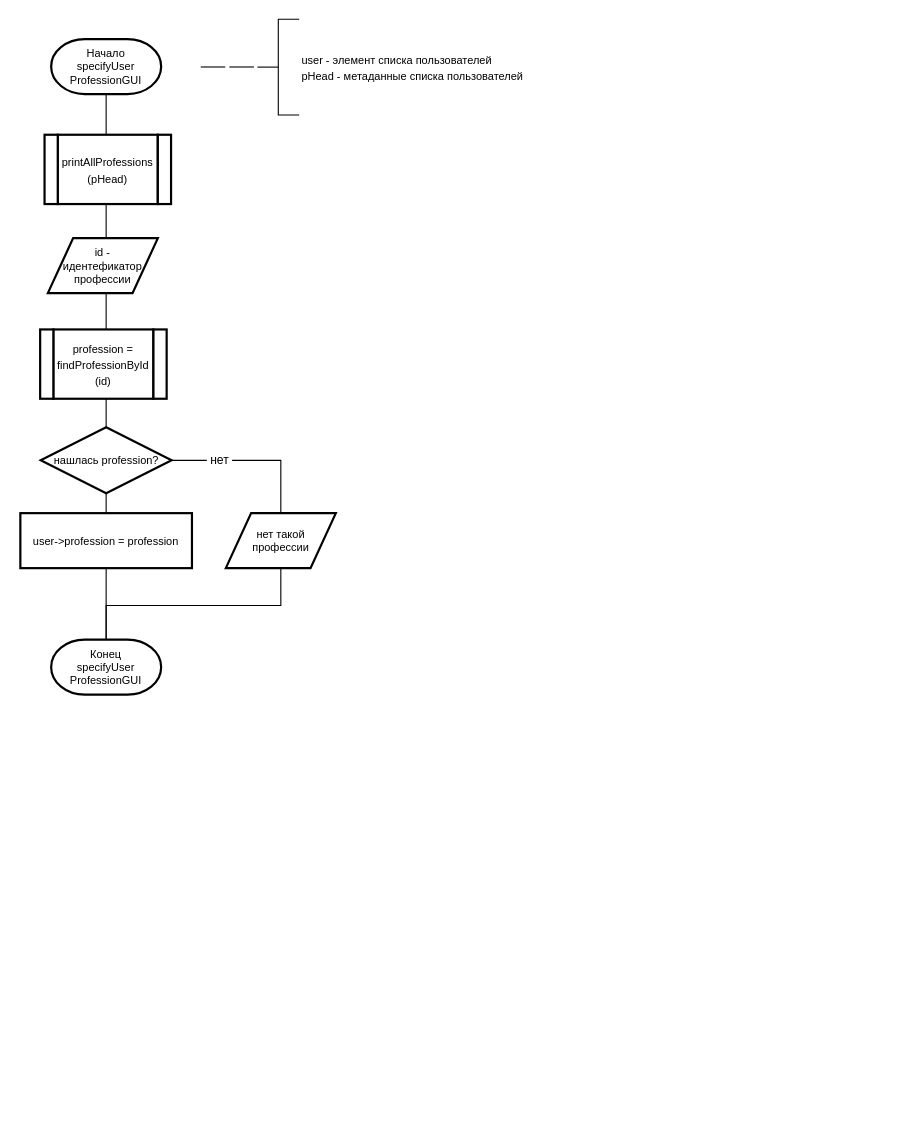
Earlier version of the draw.io diagram page "specify2" (10 of 29) of course_work_2/3311sharpinskiy-course_work.drawio (Pyc-Nya/leti-programming-1-course). Source tidied: cells renumbered, new cells numbered last; positions are measured from the earlier drawing's top-left corner, leaving out a move shared by most shapes. Both pictures are drawn from the tidied source at 110%, with x=0, y=0 at pixel (20, 19).
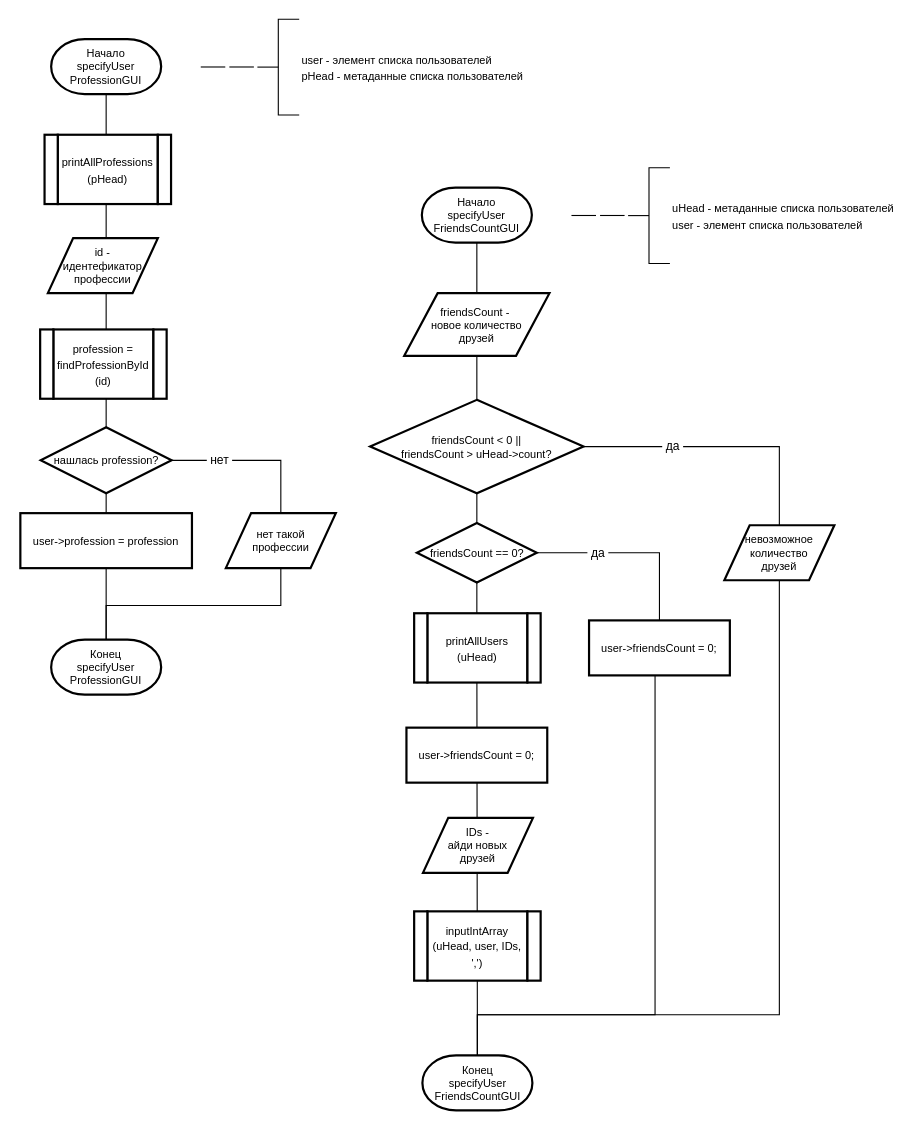
Above is the later version.

Change to the diagram source:
```diff
@@
+    <mxCell id="23" style="edgeStyle=orthogonalEdgeStyle;rounded=0;jettySize=auto;html=1;entryX=0.5;entryY=0;entryDx=0;entryDy=0;entryPerimeter=0;endArrow=none;endFill=0;" parent="1" edge="1" source="24" target="25">
+      <mxGeometry relative="1" as="geometry" />
+    </mxCell>
+    <mxCell id="24" value="Начало&lt;br&gt;specifyUser&lt;br&gt;FriendsCountGUI" style="strokeWidth=2;html=1;shape=mxgraph.flowchart.terminator;whiteSpace=wrap;fontSize=10;" parent="1" vertex="1">
+      <mxGeometry x="365" y="153" width="100" height="50" as="geometry" />
+    </mxCell>
+    <mxCell id="25" value="Конец&lt;br&gt;specifyUser&lt;br style=&quot;border-color: var(--border-color);&quot;&gt;FriendsCountGUI" style="strokeWidth=2;html=1;shape=mxgraph.flowchart.terminator;whiteSpace=wrap;fontSize=10;" parent="1" vertex="1">
+      <mxGeometry x="365.5" y="942" width="100" height="50" as="geometry" />
+    </mxCell>
+    <mxCell id="26" style="edgeStyle=orthogonalEdgeStyle;rounded=0;orthogonalLoop=1;jettySize=auto;html=1;endArrow=none;endFill=0;" parent="1" edge="1">
+      <mxGeometry relative="1" as="geometry">
+        <mxPoint x="501" y="178.4" as="sourcePoint" />
+        <mxPoint x="523.3" y="178.6" as="targetPoint" />
+      </mxGeometry>
+    </mxCell>
+    <mxCell id="27" value="&lt;font style=&quot;font-size: 10px;&quot;&gt;uHead - метаданные списка пользователей&lt;br&gt;user - элемент списка пользователей&lt;br&gt;&lt;/font&gt;" style="strokeWidth=1;html=1;shape=mxgraph.flowchart.annotation_2;align=left;labelPosition=right;" parent="1" vertex="1">
+      <mxGeometry x="552.5" y="135" width="38" height="87" as="geometry" />
+    </mxCell>
+    <mxCell id="28" style="edgeStyle=orthogonalEdgeStyle;rounded=0;orthogonalLoop=1;jettySize=auto;html=1;endArrow=none;endFill=0;" parent="1" edge="1">
+      <mxGeometry relative="1" as="geometry">
+        <mxPoint x="527" y="178.4" as="sourcePoint" />
+        <mxPoint x="549.3" y="178.6" as="targetPoint" />
+      </mxGeometry>
+    </mxCell>
+    <mxCell id="29" value="friendsCount -&amp;nbsp;&lt;br&gt;новое количество&lt;br&gt;друзей" style="shape=parallelogram;html=1;strokeWidth=2;perimeter=parallelogramPerimeter;whiteSpace=wrap;rounded=0;arcSize=12;size=0.23;fontSize=10;" parent="1" vertex="1">
+      <mxGeometry x="349" y="249" width="132" height="57" as="geometry" />
+    </mxCell>
+    <mxCell id="30" style="edgeStyle=orthogonalEdgeStyle;rounded=0;jettySize=auto;html=1;entryX=0.5;entryY=0;entryDx=0;entryDy=0;endArrow=none;endFill=0;" parent="1" edge="1" source="32" target="33">
+      <mxGeometry relative="1" as="geometry" />
+    </mxCell>
+    <mxCell id="31" value="&amp;nbsp;да&amp;nbsp;" style="edgeLabel;html=1;align=center;verticalAlign=middle;" parent="30" vertex="1">
+      <mxGeometry x="-0.36" y="1" relative="1" as="geometry" />
+    </mxCell>
+    <mxCell id="32" value="friendsCount &amp;lt; 0 || &lt;br&gt;friendsCount &amp;gt; uHead-&amp;gt;count?" style="strokeWidth=2;html=1;shape=mxgraph.flowchart.decision;whiteSpace=wrap;fontSize=10;" parent="1" vertex="1">
+      <mxGeometry x="318" y="346" width="194" height="85" as="geometry" />
+    </mxCell>
+    <mxCell id="33" value="невозможное&lt;br&gt;количество&lt;br&gt;друзей" style="shape=parallelogram;html=1;strokeWidth=2;perimeter=parallelogramPerimeter;whiteSpace=wrap;rounded=0;arcSize=12;size=0.23;fontSize=10;" parent="1" vertex="1">
+      <mxGeometry x="640" y="460" width="100" height="50" as="geometry" />
+    </mxCell>
+    <mxCell id="34" style="edgeStyle=orthogonalEdgeStyle;rounded=0;jettySize=auto;html=1;entryX=0.5;entryY=0;entryDx=0;entryDy=0;endArrow=none;endFill=0;" parent="1" edge="1" source="36" target="37">
+      <mxGeometry relative="1" as="geometry" />
+    </mxCell>
+    <mxCell id="35" value="&amp;nbsp;да&amp;nbsp;" style="edgeLabel;html=1;align=center;verticalAlign=middle;" parent="34" vertex="1">
+      <mxGeometry x="-0.36" y="1" relative="1" as="geometry" />
+    </mxCell>
+    <mxCell id="36" value="friendsCount == 0?" style="strokeWidth=2;html=1;shape=mxgraph.flowchart.decision;whiteSpace=wrap;fontSize=10;" parent="1" vertex="1">
+      <mxGeometry x="360.5" y="458" width="109" height="54" as="geometry" />
+    </mxCell>
+    <mxCell id="37" value="&lt;font style=&quot;font-size: 10px;&quot;&gt;user-&amp;gt;friendsCount = 0;&lt;/font&gt;" style="rounded=0;whiteSpace=wrap;html=1;absoluteArcSize=1;arcSize=14;strokeWidth=2;" parent="1" vertex="1">
+      <mxGeometry x="517" y="546.5" width="128" height="50" as="geometry" />
+    </mxCell>
+    <mxCell id="38" style="group;" parent="1" vertex="1">
+      <mxGeometry x="347" y="540" width="137" height="63" as="geometry" />
+    </mxCell>
+    <mxCell id="39" value="&lt;span style=&quot;font-size: 10px;&quot;&gt;printAllUsers&lt;br&gt;(uHead)&lt;/span&gt;" style="rounded=0;whiteSpace=wrap;html=1;absoluteArcSize=1;arcSize=14;strokeWidth=2;" parent="38" vertex="1">
+      <mxGeometry x="23" width="90.9" height="63" as="geometry" />
+    </mxCell>
+    <mxCell id="40" style="rounded=0;whiteSpace=wrap;html=1;absoluteArcSize=1;arcSize=14;strokeWidth=2;" parent="38" vertex="1">
+      <mxGeometry x="11" width="12" height="63" as="geometry" />
+    </mxCell>
+    <mxCell id="41" style="rounded=0;whiteSpace=wrap;html=1;absoluteArcSize=1;arcSize=14;strokeWidth=2;" parent="38" vertex="1">
+      <mxGeometry x="114" width="12" height="63" as="geometry" />
+    </mxCell>
+    <mxCell id="42" value="&lt;font style=&quot;font-size: 10px;&quot;&gt;user-&amp;gt;friendsCount = 0;&lt;/font&gt;" style="rounded=0;whiteSpace=wrap;html=1;absoluteArcSize=1;arcSize=14;strokeWidth=2;" parent="1" vertex="1">
+      <mxGeometry x="351" y="644" width="128" height="50" as="geometry" />
+    </mxCell>
+    <mxCell id="43" value="IDs - &lt;br&gt;айди новых&lt;br&gt;друзей" style="shape=parallelogram;html=1;strokeWidth=2;perimeter=parallelogramPerimeter;whiteSpace=wrap;rounded=0;arcSize=12;size=0.23;fontSize=10;" parent="1" vertex="1">
+      <mxGeometry x="366" y="726" width="100" height="50" as="geometry" />
+    </mxCell>
+    <mxCell id="44" style="group;" parent="1" vertex="1">
+      <mxGeometry x="347" y="811" width="137" height="63" as="geometry" />
+    </mxCell>
+    <mxCell id="45" value="&lt;span style=&quot;font-size: 10px;&quot;&gt;inputIntArray&lt;br&gt;(uHead, user, IDs, ',')&lt;/span&gt;" style="rounded=0;whiteSpace=wrap;html=1;absoluteArcSize=1;arcSize=14;strokeWidth=2;" parent="44" vertex="1">
+      <mxGeometry x="23" width="90.9" height="63" as="geometry" />
+    </mxCell>
+    <mxCell id="46" style="rounded=0;whiteSpace=wrap;html=1;absoluteArcSize=1;arcSize=14;strokeWidth=2;" parent="44" vertex="1">
+      <mxGeometry x="11" width="12" height="63" as="geometry" />
+    </mxCell>
+    <mxCell id="47" style="rounded=0;whiteSpace=wrap;html=1;absoluteArcSize=1;arcSize=14;strokeWidth=2;" parent="44" vertex="1">
+      <mxGeometry x="114" width="12" height="63" as="geometry" />
+    </mxCell>
+    <mxCell id="48" style="edgeStyle=orthogonalEdgeStyle;rounded=0;jettySize=auto;html=1;entryX=0.5;entryY=0;entryDx=0;entryDy=0;entryPerimeter=0;endArrow=none;endFill=0;" parent="1" edge="1" source="37" target="25">
+      <mxGeometry relative="1" as="geometry">
+        <Array as="points">
+          <mxPoint x="577" y="905" />
+          <mxPoint x="415" y="905" />
+        </Array>
+      </mxGeometry>
+    </mxCell>
+    <mxCell id="49" style="edgeStyle=orthogonalEdgeStyle;rounded=0;jettySize=auto;html=1;entryX=0.5;entryY=0;entryDx=0;entryDy=0;entryPerimeter=0;endArrow=none;endFill=0;" parent="1" edge="1" source="33" target="25">
+      <mxGeometry relative="1" as="geometry">
+        <Array as="points">
+          <mxPoint x="690" y="905" />
+          <mxPoint x="415" y="905" />
+        </Array>
+      </mxGeometry>
+    </mxCell>
```
